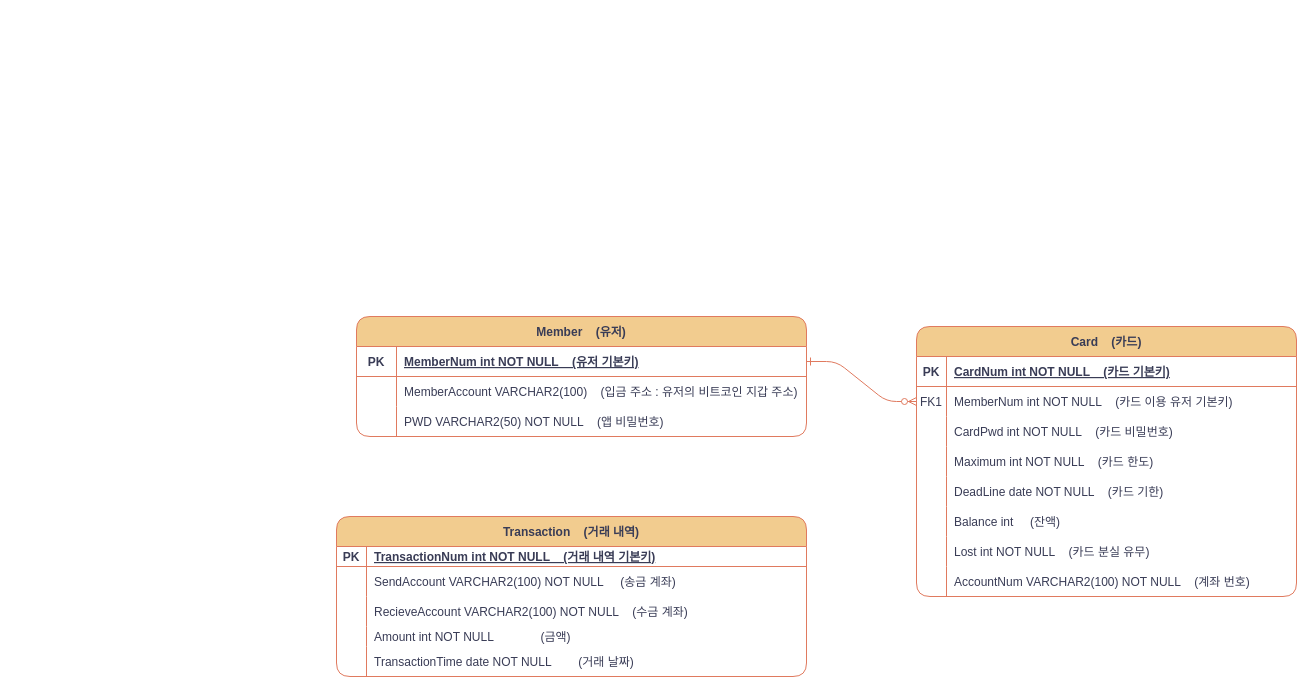
Earlier version of the draw.io diagram 제목 없는 다이어그램.drawio (jooooooowon/sinhan). Source tidied: cells renumbered, new cells numbered last; positions are measured from the earlier drawing's top-left corner, leaving out a move shared by most shapes. Both pictures are drawn from the tidied source at 100%, with x=0, y=0 at pixel (336, 316).
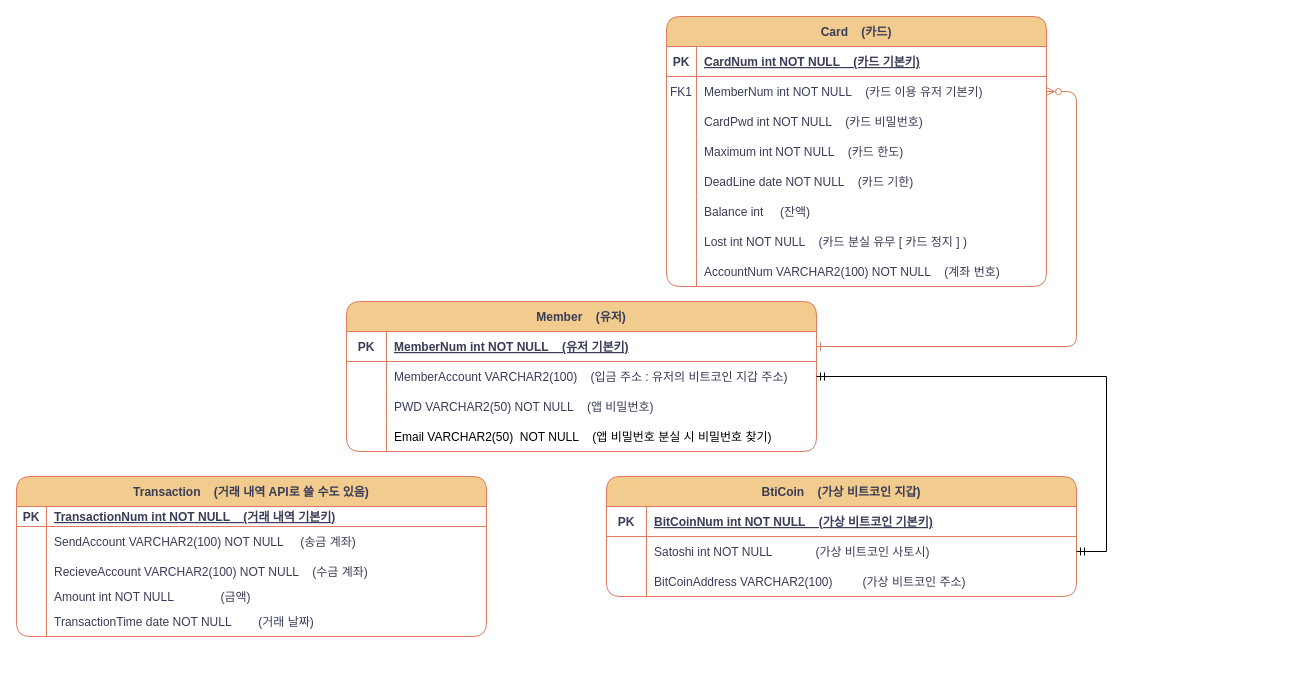
Above is the later version.

Commit message:
신한은행 해커톤

The change refers to these unchanged cells:
```xml
<mxCell id="22" style="shape=tableRow;horizontal=0;startSize=0;swimlaneHead=0;swimlaneBody=0;fillColor=none;top=0;left=0;right=0;bottom=0;labelBackgroundColor=none;strokeColor=#E07A5F;fontColor=#393C56;rounded=1;" parent="3" vertex="1">
  <mxGeometry y="210" width="380" height="30" as="geometry" />
</mxCell>
```

The edit, as a diff of the source:
```diff
@@
     <mxCell id="3" value="Card    (카드)" style="shape=table;startSize=30;childLayout=tableLayout;rowLines=0;fontStyle=1;align=center;labelBackgroundColor=none;fillColor=#F2CC8F;strokeColor=#E07A5F;fontColor=#393C56;rounded=1;" parent="1" vertex="1">
-      <mxGeometry x="580" y="10" width="380" height="270" as="geometry" />
+      <mxGeometry x="330" y="-300" width="380" height="270" as="geometry" />
     </mxCell>
@@
-    <mxCell id="24" value="Lost int NOT NULL    (카드 분실 유무)" style="shape=partialRectangle;fillColor=none;top=0;left=0;bottom=0;right=0;align=left;spacingLeft=6;overflow=hidden;labelBackgroundColor=none;strokeColor=#E07A5F;fontColor=#393C56;rounded=1;" parent="22" vertex="1">
+    <mxCell id="24" value="Lost int NOT NULL    (카드 분실 유무 [ 카드 정지 ] )" style="shape=partialRectangle;fillColor=none;top=0;left=0;bottom=0;right=0;align=left;spacingLeft=6;overflow=hidden;labelBackgroundColor=none;strokeColor=#E07A5F;fontColor=#393C56;rounded=1;" parent="22" vertex="1">
       <mxGeometry x="30" width="350" height="30" as="geometry" />
     </mxCell>
@@
-    <mxCell id="28" value="Transaction    (거래 내역)" style="shape=table;startSize=30;childLayout=tableLayout;rowLines=0;fontStyle=1;align=center;labelBackgroundColor=none;fillColor=#F2CC8F;strokeColor=#E07A5F;fontColor=#393C56;rounded=1;" parent="1" vertex="1">
-      <mxGeometry y="200" width="470" height="160" as="geometry" />
+    <mxCell id="28" value="Transaction    (거래 내역 API로 쓸 수도 있음)" style="shape=table;startSize=30;childLayout=tableLayout;rowLines=0;fontStyle=1;align=center;labelBackgroundColor=none;fillColor=#F2CC8F;strokeColor=#E07A5F;fontColor=#393C56;rounded=1;" parent="1" vertex="1">
+      <mxGeometry x="-320" y="160" width="470" height="160" as="geometry" />
     </mxCell>
@@
     <mxCell id="44" value="Member    (유저)" style="shape=table;startSize=30;childLayout=tableLayout;rowLines=0;fontStyle=1;align=center;labelBackgroundColor=none;fillColor=#F2CC8F;strokeColor=#E07A5F;fontColor=#393C56;rounded=1;" parent="1" vertex="1">
-      <mxGeometry x="20" width="450" height="120" as="geometry" />
+      <mxGeometry x="10" y="-15" width="470" height="150" as="geometry" />
     </mxCell>
     <mxCell id="45" style="shape=partialRectangle;fillColor=none;points=[[0,0.5],[1,0.5]];portConstraint=eastwest;top=0;left=0;right=0;bottom=1;labelBackgroundColor=none;strokeColor=#E07A5F;fontColor=#393C56;rounded=1;" parent="44" vertex="1">
-      <mxGeometry y="30" width="450" height="30" as="geometry" />
+      <mxGeometry y="30" width="470" height="30" as="geometry" />
     </mxCell>
@@
     <mxCell id="47" value="MemberNum int NOT NULL    (유저 기본키)" style="shape=partialRectangle;overflow=hidden;fillColor=none;top=0;left=0;bottom=0;right=0;align=left;spacingLeft=6;fontStyle=5;fontColor=#393C56;labelBackgroundColor=none;strokeColor=#E07A5F;rounded=1;" parent="45" vertex="1">
-      <mxGeometry x="40" width="410" height="30" as="geometry" />
+      <mxGeometry x="40" width="430" height="30" as="geometry" />
     </mxCell>
     <mxCell id="48" style="shape=tableRow;horizontal=0;startSize=0;swimlaneHead=0;swimlaneBody=0;fillColor=none;points=[[0,0.5],[1,0.5]];portConstraint=eastwest;top=0;left=0;right=0;bottom=0;labelBackgroundColor=none;strokeColor=#E07A5F;fontColor=#393C56;rounded=1;" parent="44" vertex="1">
-      <mxGeometry y="60" width="450" height="30" as="geometry" />
+      <mxGeometry y="60" width="470" height="30" as="geometry" />
     </mxCell>
@@
     <mxCell id="50" value="MemberAccount VARCHAR2(100)    (입금 주소 : 유저의 비트코인 지갑 주소)" style="shape=partialRectangle;fillColor=none;top=0;left=0;bottom=0;right=0;align=left;spacingLeft=6;overflow=hidden;labelBackgroundColor=none;strokeColor=#E07A5F;fontColor=#393C56;rounded=1;" parent="48" vertex="1">
-      <mxGeometry x="40" width="410" height="30" as="geometry" />
+      <mxGeometry x="40" width="430" height="30" as="geometry" />
     </mxCell>
     <mxCell id="51" style="shape=partialRectangle;fillColor=none;top=0;left=0;right=0;bottom=0;labelBackgroundColor=none;strokeColor=#E07A5F;fontColor=#393C56;rounded=1;" parent="44" vertex="1">
-      <mxGeometry y="90" width="450" height="30" as="geometry" />
+      <mxGeometry y="90" width="470" height="30" as="geometry" />
     </mxCell>
@@
     <mxCell id="53" value="PWD VARCHAR2(50) NOT NULL    (앱 비밀번호)" style="shape=partialRectangle;overflow=hidden;fillColor=none;top=0;left=0;bottom=0;right=0;align=left;spacingLeft=6;labelBackgroundColor=none;strokeColor=#E07A5F;fontColor=#393C56;rounded=1;" parent="51" vertex="1">
-      <mxGeometry x="40" width="410" height="30" as="geometry" />
+      <mxGeometry x="40" width="430" height="30" as="geometry" />
     </mxCell>
+    <mxCell id="54" style="shape=tableRow;horizontal=0;startSize=0;swimlaneHead=0;swimlaneBody=0;fillColor=none;top=0;left=0;right=0;bottom=0;" parent="44" vertex="1">
+      <mxGeometry y="120" width="470" height="30" as="geometry" />
+    </mxCell>
+    <mxCell id="55" style="shape=partialRectangle;fillColor=none;top=0;left=0;bottom=0;right=0;overflow=hidden;" parent="54" vertex="1">
+      <mxGeometry width="40" height="30" as="geometry" />
+    </mxCell>
+    <mxCell id="56" value="Email VARCHAR2(50)  NOT NULL    (앱 비밀번호 분실 시 비밀번호 찾기)" style="shape=partialRectangle;fillColor=none;top=0;left=0;bottom=0;right=0;align=left;spacingLeft=6;overflow=hidden;" parent="54" vertex="1">
+      <mxGeometry x="40" width="430" height="30" as="geometry" />
+    </mxCell>
+    <mxCell id="57" value="BtiCoin    (가상 비트코인 지갑)" style="shape=table;startSize=30;childLayout=tableLayout;rowLines=0;fontStyle=1;align=center;labelBackgroundColor=none;fillColor=#F2CC8F;strokeColor=#E07A5F;fontColor=#393C56;rounded=1;" parent="1" vertex="1">
+      <mxGeometry x="270" y="160" width="470" height="120" as="geometry" />
+    </mxCell>
+    <mxCell id="58" style="shape=partialRectangle;fillColor=none;top=0;left=0;right=0;bottom=1;labelBackgroundColor=none;strokeColor=#E07A5F;fontColor=#393C56;rounded=1;" parent="57" vertex="1">
+      <mxGeometry y="30" width="470" height="30" as="geometry" />
+    </mxCell>
+    <mxCell id="59" value="PK" style="shape=partialRectangle;overflow=hidden;fillColor=none;top=0;left=0;bottom=0;right=0;fontStyle=1;labelBackgroundColor=none;strokeColor=#E07A5F;fontColor=#393C56;rounded=1;" parent="58" vertex="1">
+      <mxGeometry width="40" height="30" as="geometry" />
+    </mxCell>
+    <mxCell id="60" value="BitCoinNum int NOT NULL    (가상 비트코인 기본키)" style="shape=partialRectangle;overflow=hidden;fillColor=none;top=0;left=0;bottom=0;right=0;align=left;spacingLeft=6;fontStyle=5;fontColor=#393C56;labelBackgroundColor=none;strokeColor=#E07A5F;rounded=1;" parent="58" vertex="1">
+      <mxGeometry x="40" width="430" height="30" as="geometry" />
+    </mxCell>
+    <mxCell id="61" style="shape=tableRow;horizontal=0;startSize=0;swimlaneHead=0;swimlaneBody=0;fillColor=none;points=[[0,0.5],[1,0.5]];portConstraint=eastwest;top=0;left=0;right=0;bottom=0;labelBackgroundColor=none;strokeColor=#E07A5F;fontColor=#393C56;rounded=1;" parent="57" vertex="1">
+      <mxGeometry y="60" width="470" height="30" as="geometry" />
+    </mxCell>
+    <mxCell id="62" style="shape=partialRectangle;fillColor=none;top=0;left=0;bottom=0;right=0;overflow=hidden;labelBackgroundColor=none;strokeColor=#E07A5F;fontColor=#393C56;rounded=1;" parent="61" vertex="1">
+      <mxGeometry width="40" height="30" as="geometry" />
+    </mxCell>
+    <mxCell id="63" value="Satoshi int NOT NULL             (가상 비트코인 사토시)" style="shape=partialRectangle;fillColor=none;top=0;left=0;bottom=0;right=0;align=left;spacingLeft=6;overflow=hidden;labelBackgroundColor=none;strokeColor=#E07A5F;fontColor=#393C56;rounded=1;" parent="61" vertex="1">
+      <mxGeometry x="40" width="430" height="30" as="geometry" />
+    </mxCell>
+    <mxCell id="64" style="shape=partialRectangle;fillColor=none;top=0;left=0;right=0;bottom=0;labelBackgroundColor=none;strokeColor=#E07A5F;fontColor=#393C56;rounded=1;" parent="57" vertex="1">
+      <mxGeometry y="90" width="470" height="30" as="geometry" />
+    </mxCell>
+    <mxCell id="65" style="shape=partialRectangle;overflow=hidden;fillColor=none;top=0;left=0;bottom=0;right=0;labelBackgroundColor=none;strokeColor=#E07A5F;fontColor=#393C56;rounded=1;" parent="64" vertex="1">
+      <mxGeometry width="40" height="30" as="geometry" />
+    </mxCell>
+    <mxCell id="66" value="BitCoinAddress VARCHAR2(100)         (가상 비트코인 주소)" style="shape=partialRectangle;overflow=hidden;fillColor=none;top=0;left=0;bottom=0;right=0;align=left;spacingLeft=6;labelBackgroundColor=none;strokeColor=#E07A5F;fontColor=#393C56;rounded=1;" parent="64" vertex="1">
+      <mxGeometry x="40" width="430" height="30" as="geometry" />
+    </mxCell>
+    <mxCell id="67" style="edgeStyle=entityRelationEdgeStyle;fontSize=12;html=1;endArrow=ERmandOne;startArrow=ERmandOne;rounded=0;" parent="1" edge="1" source="61" target="48">
+      <mxGeometry relative="1" as="geometry" />
+    </mxCell>
```
